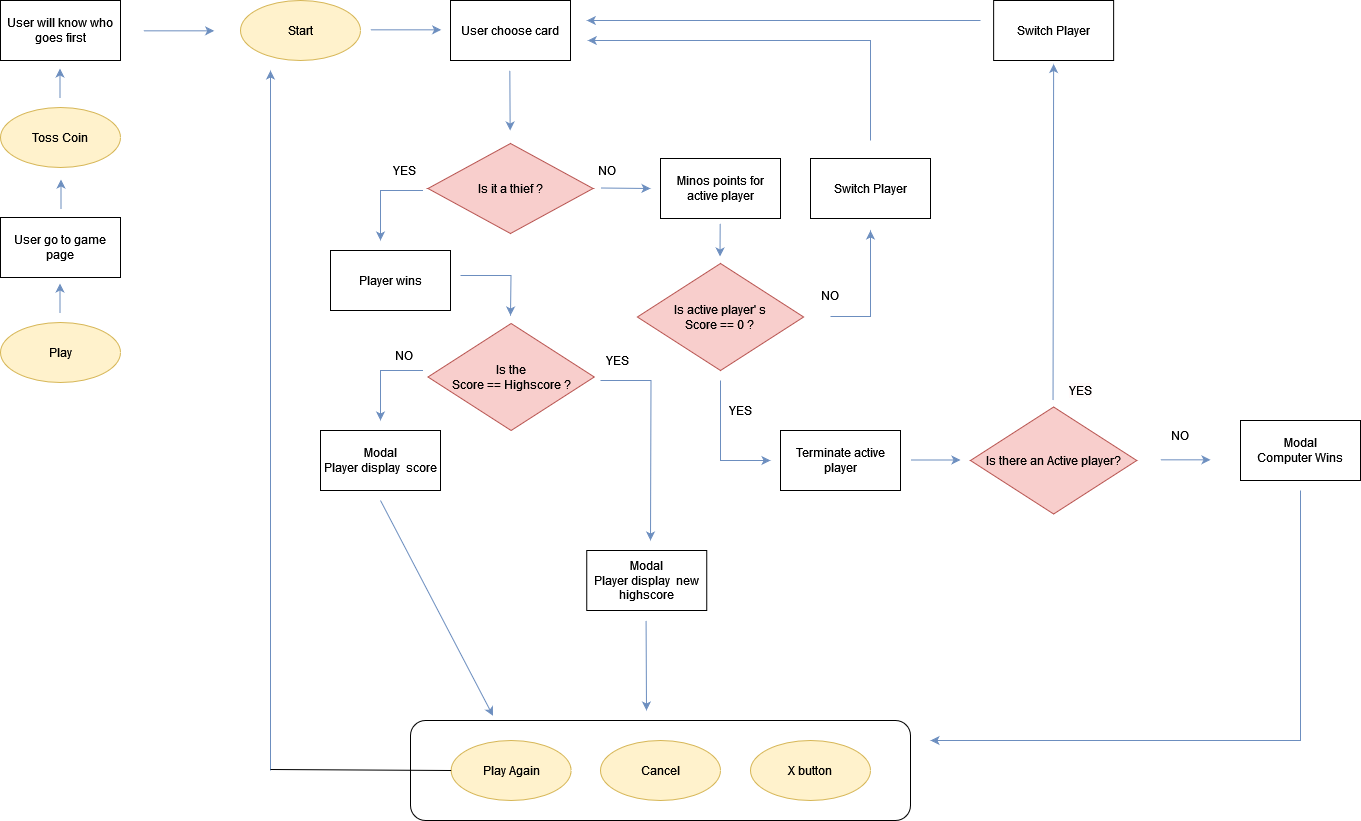
Above: src/images/CT-diagram.png in Etracih/catching-thief (draw.io), before the change. Source tidied: cells renumbered, new cells last; positions are measured from the earlier drawing's top-left corner, leaving out a move shared by most shapes.
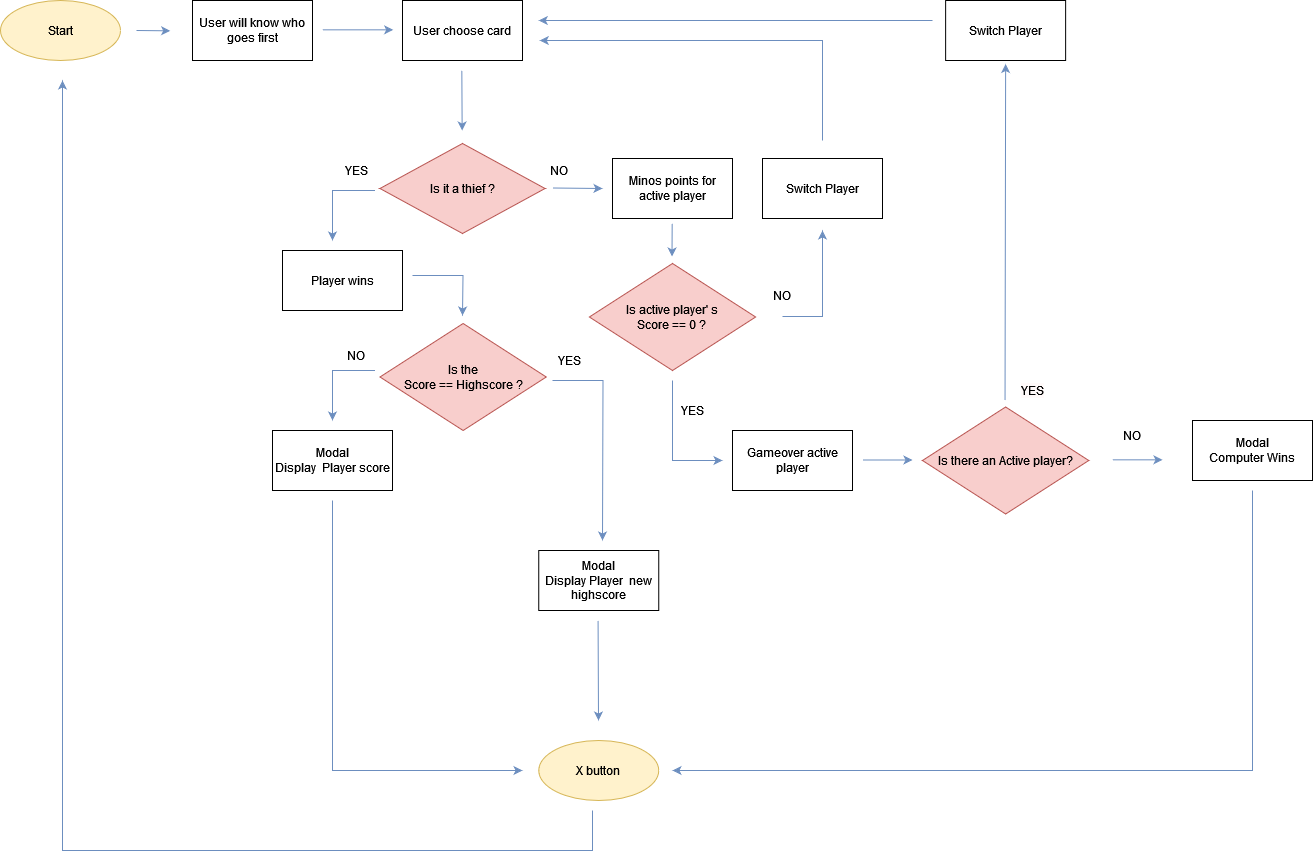
Above is the later version.

What changed in the source:
```diff
@@ -2,9 +2,6 @@
   <root>
     <mxCell id="0" />
     <mxCell id="1" parent="0" />
-    <mxCell id="2" style="rounded=1;whiteSpace=wrap;html=1;shadow=0;" parent="1" vertex="1">
-      <mxGeometry x="410" y="720" width="500" height="100" as="geometry" />
-    </mxCell>
     <mxCell id="3" value="User choose card" style="rounded=0;whiteSpace=wrap;html=1;shadow=0;" parent="1" vertex="1">
       <mxGeometry x="450" width="120" height="60" as="geometry" />
     </mxCell>
@@ -15,7 +12,7 @@
       </mxGeometry>
     </mxCell>
     <mxCell id="5" value="Start" style="ellipse;whiteSpace=wrap;html=1;shadow=0;fillColor=#fff2cc;strokeColor=#d6b656;" parent="1" vertex="1">
-      <mxGeometry x="240" width="120" height="60" as="geometry" />
+      <mxGeometry x="48" width="120" height="60" as="geometry" />
     </mxCell>
     <mxCell id="6" style="endArrow=classic;html=1;rounded=0;fillColor=#dae8fc;strokeColor=#6c8ebf;" parent="1" edge="1">
       <mxGeometry relative="1" as="geometry">
@@ -53,7 +50,7 @@
         </Array>
       </mxGeometry>
     </mxCell>
-    <mxCell id="13" value="&lt;div&gt;Modal&lt;/div&gt;&lt;div&gt;Player display&amp;nbsp; score&lt;/div&gt;" style="rounded=0;whiteSpace=wrap;html=1;shadow=0;" parent="1" vertex="1">
+    <mxCell id="13" value="&lt;div&gt;Modal&lt;/div&gt;&lt;div&gt;Display&amp;nbsp; Player score&lt;/div&gt;" style="rounded=0;whiteSpace=wrap;html=1;shadow=0;" parent="1" vertex="1">
       <mxGeometry x="320" y="430" width="120" height="60" as="geometry" />
     </mxCell>
     <mxCell id="14" style="endArrow=classic;html=1;rounded=0;fillColor=#dae8fc;strokeColor=#6c8ebf;" parent="1" edge="1">
@@ -68,25 +65,27 @@
     <mxCell id="15" value="NO" style="text;html=1;strokeColor=none;fillColor=none;align=center;verticalAlign=middle;whiteSpace=wrap;rounded=0;shadow=0;labelBackgroundColor=default;" parent="1" vertex="1">
       <mxGeometry x="373.8" y="340" width="60" height="30" as="geometry" />
     </mxCell>
-    <mxCell id="16" value="Play Again" style="ellipse;whiteSpace=wrap;html=1;shadow=0;fillColor=#fff2cc;strokeColor=#d6b656;" parent="1" vertex="1">
-      <mxGeometry x="450.6" y="740" width="120" height="60" as="geometry" />
-    </mxCell>
     <mxCell id="17" style="endArrow=classic;html=1;rounded=0;fillColor=#dae8fc;strokeColor=#6c8ebf;" parent="1" edge="1">
       <mxGeometry relative="1" as="geometry">
-        <mxPoint x="270" y="770" as="sourcePoint" />
-        <mxPoint x="270" y="70" as="targetPoint" />
+        <mxPoint x="640" y="810" as="sourcePoint" />
+        <mxPoint x="110" y="80" as="targetPoint" />
+        <Array as="points">
+          <mxPoint x="640" y="850" />
+          <mxPoint x="110" y="850" />
+        </Array>
       </mxGeometry>
     </mxCell>
-    <mxCell id="18" style="endArrow=classic;html=1;rounded=0;entryX=0.165;entryY=-0.047;entryDx=0;entryDy=0;entryPerimeter=0;fillColor=#dae8fc;strokeColor=#6c8ebf;" parent="1" edge="1" target="2">
+    <mxCell id="18" style="endArrow=classic;html=1;rounded=0;fillColor=#dae8fc;strokeColor=#6c8ebf;" parent="1" edge="1">
       <mxGeometry relative="1" as="geometry">
         <mxPoint x="380" y="500" as="sourcePoint" />
+        <mxPoint x="570" y="770" as="targetPoint" />
+        <Array as="points">
+          <mxPoint x="380" y="770" />
+        </Array>
       </mxGeometry>
     </mxCell>
-    <mxCell id="19" value="Cancel" style="ellipse;whiteSpace=wrap;html=1;shadow=0;fillColor=#fff2cc;strokeColor=#d6b656;" parent="1" vertex="1">
-      <mxGeometry x="600" y="740" width="120" height="60" as="geometry" />
-    </mxCell>
     <mxCell id="20" value="X button" style="ellipse;whiteSpace=wrap;html=1;shadow=0;fillColor=#fff2cc;strokeColor=#d6b656;" parent="1" vertex="1">
-      <mxGeometry x="750" y="740" width="120" height="60" as="geometry" />
+      <mxGeometry x="586.2" y="740" width="120" height="60" as="geometry" />
     </mxCell>
     <mxCell id="21" style="endArrow=classic;html=1;rounded=0;fillColor=#dae8fc;strokeColor=#6c8ebf;" parent="1" edge="1">
       <mxGeometry relative="1" as="geometry">
@@ -124,7 +123,7 @@
     <mxCell id="28" value="YES" style="text;html=1;align=center;verticalAlign=middle;labelBackgroundColor=default;" parent="1" vertex="1">
       <mxGeometry x="720" y="400" width="40" height="20" as="geometry" />
     </mxCell>
-    <mxCell id="29" value="Terminate active player" style="rounded=0;whiteSpace=wrap;html=1;shadow=0;" parent="1" vertex="1">
+    <mxCell id="29" value="Gameover active player" style="rounded=0;whiteSpace=wrap;html=1;shadow=0;" parent="1" vertex="1">
       <mxGeometry x="780" y="430" width="120" height="60" as="geometry" />
     </mxCell>
     <mxCell id="30" value="Is there an Active player?" style="rhombus;whiteSpace=wrap;html=1;shadow=0;fillColor=#f8cecc;strokeColor=#b85450;" parent="1" vertex="1">
@@ -142,9 +141,9 @@
     <mxCell id="33" style="endArrow=classic;html=1;rounded=0;fillColor=#dae8fc;strokeColor=#6c8ebf;" parent="1" edge="1">
       <mxGeometry relative="1" as="geometry">
         <mxPoint x="1300" y="490" as="sourcePoint" />
-        <mxPoint x="930" y="740" as="targetPoint" />
+        <mxPoint x="720" y="770" as="targetPoint" />
         <Array as="points">
-          <mxPoint x="1300" y="740" />
+          <mxPoint x="1300" y="770" />
         </Array>
       </mxGeometry>
     </mxCell>
@@ -160,20 +159,15 @@
     <mxCell id="35" value="YES" style="text;html=1;align=center;verticalAlign=middle;strokeColor=none;fillColor=none;labelBackgroundColor=default;" parent="1" vertex="1">
       <mxGeometry x="596.9" y="350" width="40" height="20" as="geometry" />
     </mxCell>
-    <mxCell id="36" value="&lt;div&gt;Modal&lt;/div&gt;&lt;div&gt;Player display&amp;nbsp; new highscore&lt;/div&gt;" style="rounded=0;whiteSpace=wrap;html=1;shadow=0;" parent="1" vertex="1">
+    <mxCell id="36" value="&lt;div&gt;Modal&lt;/div&gt;&lt;div&gt;Display Player&amp;nbsp; new highscore&lt;/div&gt;" style="rounded=0;whiteSpace=wrap;html=1;shadow=0;" parent="1" vertex="1">
       <mxGeometry x="586.2" y="550" width="120" height="60" as="geometry" />
     </mxCell>
     <mxCell id="37" style="endArrow=classic;html=1;rounded=0;fillColor=#dae8fc;strokeColor=#6c8ebf;" parent="1" edge="1">
       <mxGeometry relative="1" as="geometry">
         <mxPoint x="645.6" y="620" as="sourcePoint" />
-        <mxPoint x="646" y="710" as="targetPoint" />
+        <mxPoint x="646" y="720" as="targetPoint" />
       </mxGeometry>
     </mxCell>
-    <mxCell id="38" style="endArrow=none;html=1;rounded=0;entryX=0;entryY=0.5;entryDx=0;entryDy=0;" parent="1" edge="1" target="16">
-      <mxGeometry relative="1" as="geometry">
-        <mxPoint x="270" y="769" as="sourcePoint" />
-      </mxGeometry>
-    </mxCell>
     <mxCell id="39" style="endArrow=classic;html=1;rounded=0;fillColor=#dae8fc;strokeColor=#6c8ebf;" parent="1" edge="1">
       <mxGeometry relative="1" as="geometry">
         <mxPoint x="970" y="20" as="sourcePoint" />
@@ -186,40 +180,13 @@
     <mxCell id="40" value="YES" style="text;html=1;align=center;verticalAlign=middle;strokeColor=none;fillColor=none;labelBackgroundColor=#FFFAFA;" parent="1" vertex="1">
       <mxGeometry x="1060" y="380" width="40" height="20" as="geometry" />
     </mxCell>
-    <mxCell id="41" value="Play" style="ellipse;whiteSpace=wrap;html=1;shadow=0;fillColor=#fff2cc;strokeColor=#d6b656;" parent="1" vertex="1">
-      <mxGeometry y="322" width="120" height="60" as="geometry" />
-    </mxCell>
-    <mxCell id="42" value="User go to game page" style="rounded=0;whiteSpace=wrap;html=1;shadow=0;" parent="1" vertex="1">
-      <mxGeometry y="217" width="120" height="60" as="geometry" />
-    </mxCell>
-    <mxCell id="43" style="endArrow=classic;html=1;rounded=0;fillColor=#dae8fc;strokeColor=#6c8ebf;" parent="1" edge="1">
-      <mxGeometry relative="1" as="geometry">
-        <mxPoint x="59.5" y="313" as="sourcePoint" />
-        <mxPoint x="59.5" y="283" as="targetPoint" />
-      </mxGeometry>
-    </mxCell>
-    <mxCell id="44" value="Toss Coin" style="ellipse;whiteSpace=wrap;html=1;shadow=0;fillColor=#fff2cc;strokeColor=#d6b656;" parent="1" vertex="1">
-      <mxGeometry y="107" width="120" height="60" as="geometry" />
-    </mxCell>
-    <mxCell id="45" style="endArrow=classic;html=1;rounded=0;fillColor=#dae8fc;strokeColor=#6c8ebf;" parent="1" edge="1">
-      <mxGeometry relative="1" as="geometry">
-        <mxPoint x="60.5" y="209" as="sourcePoint" />
-        <mxPoint x="60.5" y="179" as="targetPoint" />
-      </mxGeometry>
-    </mxCell>
     <mxCell id="46" value="User will know who goes first" style="rounded=0;whiteSpace=wrap;html=1;shadow=0;" parent="1" vertex="1">
-      <mxGeometry width="120" height="60" as="geometry" />
+      <mxGeometry x="240" width="120" height="60" as="geometry" />
     </mxCell>
-    <mxCell id="47" style="endArrow=classic;html=1;rounded=0;fillColor=#dae8fc;strokeColor=#6c8ebf;" parent="1" edge="1">
-      <mxGeometry relative="1" as="geometry">
-        <mxPoint x="59.5" y="98" as="sourcePoint" />
-        <mxPoint x="59.5" y="68" as="targetPoint" />
-      </mxGeometry>
-    </mxCell>
     <mxCell id="48" style="endArrow=classic;html=1;rounded=0;fillColor=#dae8fc;strokeColor=#6c8ebf;" parent="1" edge="1">
       <mxGeometry relative="1" as="geometry">
-        <mxPoint x="143" y="30.3" as="sourcePoint" />
-        <mxPoint x="213.7" y="30.3" as="targetPoint" />
+        <mxPoint x="184" y="30" as="sourcePoint" />
+        <mxPoint x="217.7" y="30.3" as="targetPoint" />
       </mxGeometry>
     </mxCell>
     <mxCell id="49" value="Switch Player" style="rounded=0;whiteSpace=wrap;html=1;shadow=0;" parent="1" vertex="1">
```
